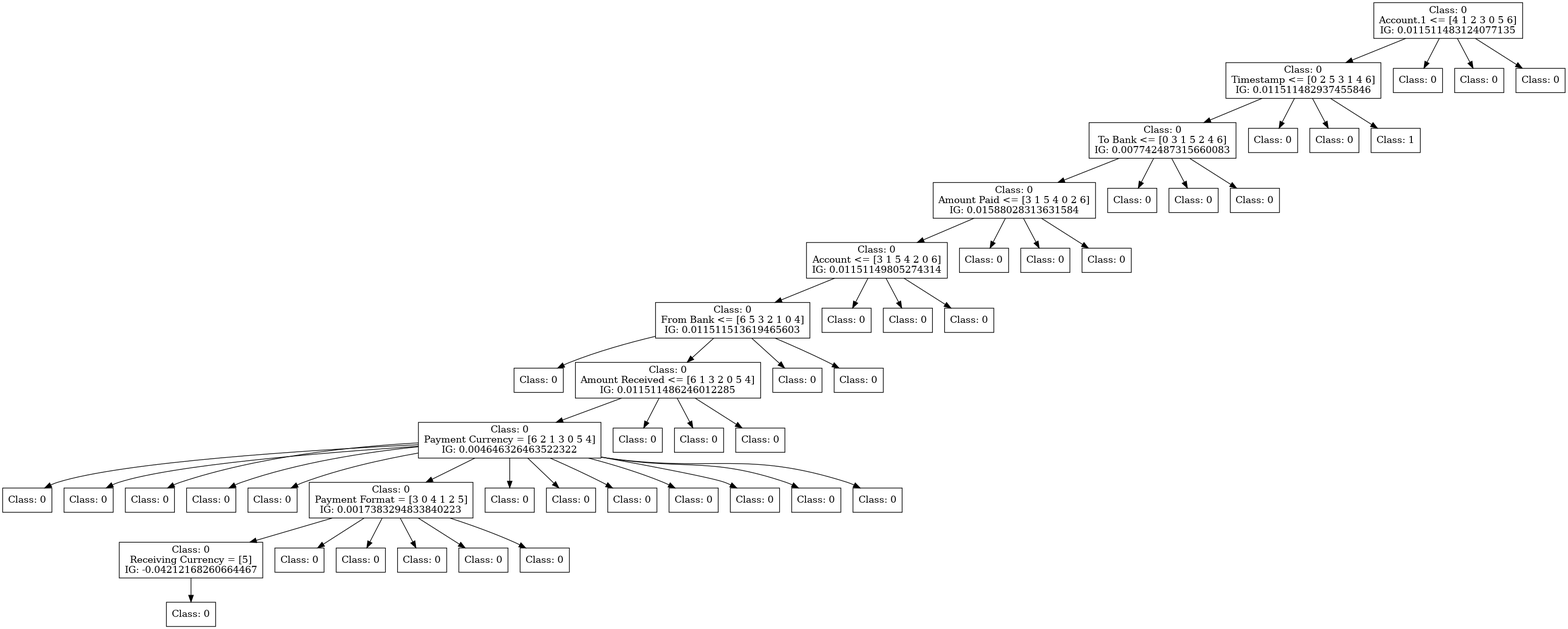
This is dot_figs/tree-id3.png from FedericoBruzzone/anti-money-laundering, a Graphviz export, as it was before one commit. Its source is kept beside it as dot_figs/tree-id3.dot.
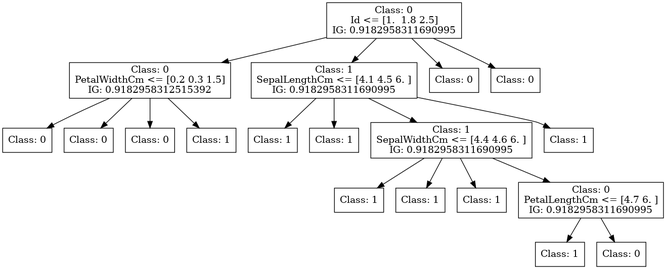
Later version of the same file.

Change to the diagram source:
```diff
@@ -1,160 +1,65 @@
 digraph DecisionTree {
 	rankdir=TD;
 	node [shape=box];
-	140614515142672 [label="Class: 0
-Account.1 <= [4 1 2 3 0 5 6]
-IG: 0.011511483124077135"];
-	140611517174480 [label="Class: 0
-Timestamp <= [0 2 5 3 1 4 6]
-IG: 0.011511482937455846"];
-	140614515142672 -> 140611517174480;
-	140611517174432 [label="Class: 0
-To Bank <= [0 3 1 5 2 4 6]
-IG: 0.007742487315660083"];
-	140611517174480 -> 140611517174432;
-	140611517175632 [label="Class: 0
-Amount Paid <= [3 1 5 4 0 2 6]
-IG: 0.01588028313631584"];
-	140611517174432 -> 140611517175632;
-	140611517173328 [label="Class: 0
-Account <= [3 1 5 4 2 0 6]
-IG: 0.01151149805274314"];
-	140611517175632 -> 140611517173328;
-	140611517175680 [label="Class: 0
-From Bank <= [6 5 3 2 1 0 4]
-IG: 0.011511513619465603"];
-	140611517173328 -> 140611517175680;
-	140611517178944 [label="Class: 0
+	140364819165728 [label="Class: 0
+Id <= [1.  1.8 2.5]
+IG: 0.9182958311690995"];
+	140364819038160 [label="Class: 0
+PetalWidthCm <= [0.2 0.3 1.5]
+IG: 0.9182958312515392"];
+	140364819165728 -> 140364819038160;
+	140364819031392 [label="Class: 0
 "];
-	140611517175680 -> 140611517178944;
-	140611517175056 [label="Class: 0
-Amount Received <= [6 1 3 2 0 5 4]
-IG: 0.011511486246012285"];
-	140611517175680 -> 140611517175056;
-	140611517179376 [label="Class: 0
-Payment Currency = [6 2 1 3 0 5 4]
-IG: 0.004646326463522322"];
-	140611517175056 -> 140611517179376;
-	140611517172848 [label="Class: 0
+	140364819038160 -> 140364819031392;
+	140364819033552 [label="Class: 0
 "];
-	140611517179376 -> 140611517172848;
-	140611517173712 [label="Class: 0
+	140364819038160 -> 140364819033552;
+	140364819024480 [label="Class: 0
 "];
-	140611517179376 -> 140611517173712;
-	140611517178032 [label="Class: 0
+	140364819038160 -> 140364819024480;
+	140364819033360 [label="Class: 1
 "];
-	140611517179376 -> 140611517178032;
-	140611517174096 [label="Class: 0
+	140364819038160 -> 140364819033360;
+	140364819037824 [label="Class: 1
+SepalLengthCm <= [4.1 4.5 6. ]
+IG: 0.9182958311690995"];
+	140364819165728 -> 140364819037824;
+	140364819255536 [label="Class: 1
 "];
-	140611517179376 -> 140611517174096;
-	140611517178272 [label="Class: 0
+	140364819037824 -> 140364819255536;
+	140364819257312 [label="Class: 1
 "];
-	140611517179376 -> 140611517178272;
-	140611517177024 [label="Class: 0
-Payment Format = [3 0 4 1 2 5]
-IG: 0.0017383294833840223"];
-	140611517179376 -> 140611517177024;
-	140611517178560 [label="Class: 0
-Receiving Currency = [5]
-IG: -0.04212168260664467"];
-	140611517177024 -> 140611517178560;
-	140611517180384 [label="Class: 0
+	140364819037824 -> 140364819257312;
+	140364819255968 [label="Class: 1
+SepalWidthCm <= [4.4 4.6 6. ]
+IG: 0.9182958311690995"];
+	140364819037824 -> 140364819255968;
+	140364819258800 [label="Class: 1
 "];
-	140611517178560 -> 140611517180384;
-	140611517176832 [label="Class: 0
+	140364819255968 -> 140364819258800;
+	140364819258656 [label="Class: 1
 "];
-	140611517177024 -> 140611517176832;
-	140611517172224 [label="Class: 0
+	140364819255968 -> 140364819258656;
+	140364819251264 [label="Class: 1
 "];
-	140611517177024 -> 140611517172224;
-	140611517177648 [label="Class: 0
+	140364819255968 -> 140364819251264;
+	140364819258176 [label="Class: 0
+PetalLengthCm <= [4.7 6. ]
+IG: 0.9182958311690995"];
+	140364819255968 -> 140364819258176;
+	140364819254768 [label="Class: 1
 "];
-	140611517177024 -> 140611517177648;
-	140611517179616 [label="Class: 0
+	140364819258176 -> 140364819254768;
+	140364819259760 [label="Class: 0
 "];
-	140611517177024 -> 140611517179616;
-	140611517179040 [label="Class: 0
+	140364819258176 -> 140364819259760;
+	140364819253376 [label="Class: 1
 "];
-	140611517177024 -> 140611517179040;
-	140611517170688 [label="Class: 0
+	140364819037824 -> 140364819253376;
+	140364819027552 [label="Class: 0
 "];
-	140611517179376 -> 140611517170688;
-	140611517180048 [label="Class: 0
+	140364819165728 -> 140364819027552;
+	140364819036096 [label="Class: 0
 "];
-	140611517179376 -> 140611517180048;
-	140611517173136 [label="Class: 0
-"];
-	140611517179376 -> 140611517173136;
-	140611517179088 [label="Class: 0
-"];
-	140611517179376 -> 140611517179088;
-	140611517177744 [label="Class: 0
-"];
-	140611517179376 -> 140611517177744;
-	140611517178752 [label="Class: 0
-"];
-	140611517179376 -> 140611517178752;
-	140611517177408 [label="Class: 0
-"];
-	140611517179376 -> 140611517177408;
-	140611517176976 [label="Class: 0
-"];
-	140611517175056 -> 140611517176976;
-	140611517175104 [label="Class: 0
-"];
-	140611517175056 -> 140611517175104;
-	140611517179760 [label="Class: 0
-"];
-	140611517175056 -> 140611517179760;
-	140611517174384 [label="Class: 0
-"];
-	140611517175680 -> 140611517174384;
-	140611517172320 [label="Class: 0
-"];
-	140611517175680 -> 140611517172320;
-	140611517175488 [label="Class: 0
-"];
-	140611517173328 -> 140611517175488;
-	140611517177984 [label="Class: 0
-"];
-	140611517173328 -> 140611517177984;
-	140611517176112 [label="Class: 0
-"];
-	140611517173328 -> 140611517176112;
-	140611517176256 [label="Class: 0
-"];
-	140611517175632 -> 140611517176256;
-	140611517176688 [label="Class: 0
-"];
-	140611517175632 -> 140611517176688;
-	140611517175008 [label="Class: 0
-"];
-	140611517175632 -> 140611517175008;
-	140611517173616 [label="Class: 0
-"];
-	140611517174432 -> 140611517173616;
-	140611517176640 [label="Class: 0
-"];
-	140611517174432 -> 140611517176640;
-	140611517172992 [label="Class: 0
-"];
-	140611517174432 -> 140611517172992;
-	140611517174624 [label="Class: 0
-"];
-	140611517174480 -> 140611517174624;
-	140611517173184 [label="Class: 0
-"];
-	140611517174480 -> 140611517173184;
-	140611517171840 [label="Class: 1
-"];
-	140611517174480 -> 140611517171840;
-	140611517174336 [label="Class: 0
-"];
-	140614515142672 -> 140611517174336;
-	140611517173280 [label="Class: 0
-"];
-	140614515142672 -> 140611517173280;
-	140611517174912 [label="Class: 0
-"];
-	140614515142672 -> 140611517174912;
+	140364819165728 -> 140364819036096;
 }
```
